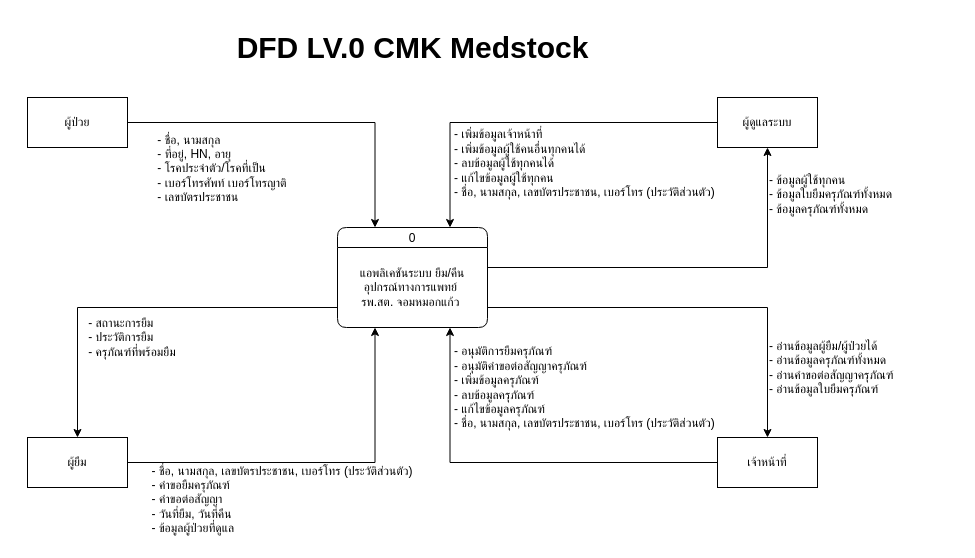
S-B-Tanayut/diagram_repo keeps this draw.io diagram as page "Page-1" (1 of 2) of cmk/New folder/DFD lv.0.drawio. Above is the earlier version. Source tidied: cells renumbered, new cells numbered last; positions are measured from the earlier drawing's top-left corner, leaving out a move shared by most shapes. Both pictures are drawn from the tidied source at 100%, with x=0, y=0 at pixel (27, 17).
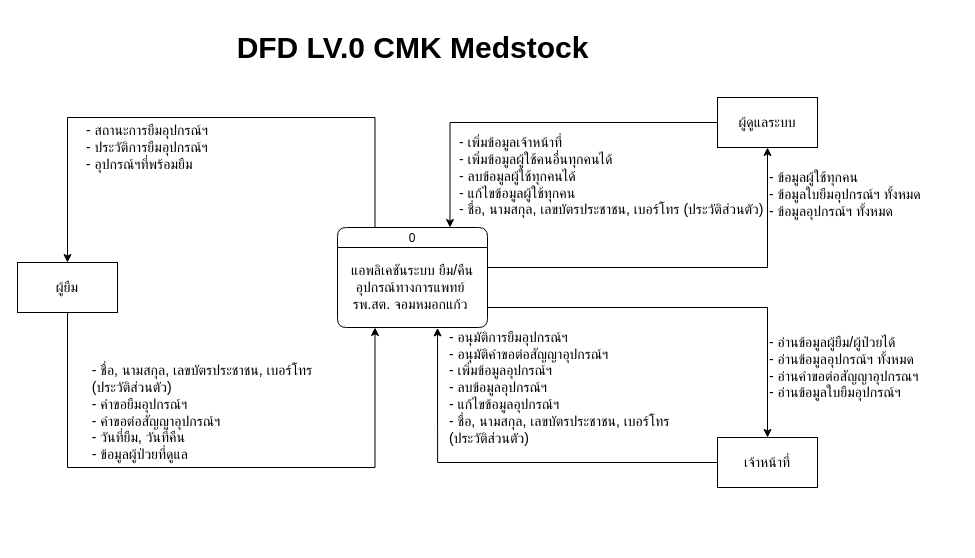
The same page after the edit.

Unchanged cells that the change refers to:
```xml
<mxCell id="2" value="0" style="swimlane;fontStyle=0;horizontal=1;startSize=20;fillColor=#ffffff;swimlaneFillColor=#ffffff;rounded=1;" parent="1" vertex="1">
  <mxGeometry x="310" y="210" width="150" height="100" as="geometry" />
</mxCell>
```

Diff of the diagram source:
```diff
@@
+    <mxCell id="23" style="edgeStyle=orthogonalEdgeStyle;rounded=0;jettySize=auto;html=1;exitX=0.25;exitY=0;exitDx=0;exitDy=0;entryX=0.5;entryY=0;entryDx=0;entryDy=0;" parent="1" edge="1" source="2" target="9">
+      <mxGeometry relative="1" as="geometry">
+        <Array as="points">
+          <mxPoint x="348" y="100" />
+          <mxPoint x="40" y="100" />
+        </Array>
+      </mxGeometry>
+    </mxCell>
@@
-    <mxCell id="3" value="แอพลิเคชันระบบ ยืม/คืน &lt;br&gt;อุปกรณ์ทางการแพทย์&amp;nbsp;&lt;div&gt;รพ.สต. จอมหมอกแก้ว&amp;nbsp;&lt;/div&gt;" style="text;html=1;align=center;verticalAlign=middle;whiteSpace=wrap;rounded=0;" parent="2" vertex="1">
+    <mxCell id="3" value="&lt;font style=&quot;font-size: 14px;&quot;&gt;แอพลิเคชันระบบ ยืม/คืน &lt;br&gt;อุปกรณ์ทางการแพทย์&amp;nbsp;&lt;/font&gt;&lt;div style=&quot;font-size: 14px;&quot;&gt;&lt;font style=&quot;font-size: 14px;&quot;&gt;รพ.สต. จอมหมอกแก้ว&amp;nbsp;&lt;/font&gt;&lt;/div&gt;" style="text;html=1;align=center;verticalAlign=middle;whiteSpace=wrap;rounded=0;" parent="2" vertex="1">
       <mxGeometry y="20" width="150" height="80" as="geometry" />
     </mxCell>
-    <mxCell id="4" style="edgeStyle=orthogonalEdgeStyle;rounded=0;jettySize=auto;html=1;exitX=1;exitY=0.5;exitDx=0;exitDy=0;entryX=0.25;entryY=0;entryDx=0;entryDy=0;" parent="1" edge="1" source="5" target="2">
-      <mxGeometry relative="1" as="geometry" />
-    </mxCell>
-    <mxCell id="5" value="ผู้ป่วย" style="html=1;dashed=0;whiteSpace=wrap;" parent="1" vertex="1">
-      <mxGeometry y="80" width="100" height="50" as="geometry" />
-    </mxCell>
@@
-    <mxCell id="7" value="ผู้ดูแลระบบ" style="html=1;dashed=0;whiteSpace=wrap;" parent="1" vertex="1">
+    <mxCell id="7" value="&lt;font style=&quot;font-size: 14px;&quot;&gt;ผู้ดูแลระบบ&lt;/font&gt;" style="html=1;dashed=0;whiteSpace=wrap;" parent="1" vertex="1">
       <mxGeometry x="690" y="80" width="100" height="50" as="geometry" />
     </mxCell>
-    <mxCell id="8" style="edgeStyle=orthogonalEdgeStyle;rounded=0;jettySize=auto;html=1;exitX=1;exitY=0.5;exitDx=0;exitDy=0;entryX=0.25;entryY=1;entryDx=0;entryDy=0;" parent="1" edge="1" source="9" target="3">
-      <mxGeometry relative="1" as="geometry" />
+    <mxCell id="8" style="edgeStyle=orthogonalEdgeStyle;rounded=0;jettySize=auto;html=1;exitX=0.5;exitY=1;exitDx=0;exitDy=0;entryX=0.25;entryY=1;entryDx=0;entryDy=0;" parent="1" edge="1" source="9" target="3">
+      <mxGeometry relative="1" as="geometry">
+        <Array as="points">
+          <mxPoint x="40" y="450" />
+          <mxPoint x="347" y="450" />
+        </Array>
+      </mxGeometry>
     </mxCell>
-    <mxCell id="9" value="ผู้ยืม" style="html=1;dashed=0;whiteSpace=wrap;" parent="1" vertex="1">
-      <mxGeometry y="420" width="100" height="50" as="geometry" />
+    <mxCell id="9" value="&lt;font style=&quot;font-size: 14px;&quot;&gt;ผู้ยืม&lt;/font&gt;" style="html=1;dashed=0;whiteSpace=wrap;" parent="1" vertex="1">
+      <mxGeometry x="-10" y="245" width="100" height="50" as="geometry" />
     </mxCell>
-    <mxCell id="10" style="edgeStyle=orthogonalEdgeStyle;rounded=0;jettySize=auto;html=1;exitX=0;exitY=0.5;exitDx=0;exitDy=0;entryX=0.75;entryY=1;entryDx=0;entryDy=0;" parent="1" edge="1" source="11" target="3">
+    <mxCell id="10" style="edgeStyle=orthogonalEdgeStyle;rounded=0;jettySize=auto;html=1;exitX=0;exitY=0.5;exitDx=0;exitDy=0;entryX=0.667;entryY=1.005;entryDx=0;entryDy=0;entryPerimeter=0;" parent="1" edge="1" source="11" target="3">
       <mxGeometry relative="1" as="geometry" />
     </mxCell>
-    <mxCell id="11" value="เจ้าหน้าที่" style="html=1;dashed=0;whiteSpace=wrap;" parent="1" vertex="1">
+    <mxCell id="11" value="&lt;font style=&quot;font-size: 14px;&quot;&gt;เจ้าหน้าที่&lt;/font&gt;" style="html=1;dashed=0;whiteSpace=wrap;" parent="1" vertex="1">
       <mxGeometry x="690" y="420" width="100" height="50" as="geometry" />
     </mxCell>
-    <mxCell id="12" style="edgeStyle=orthogonalEdgeStyle;rounded=0;jettySize=auto;html=1;exitX=0;exitY=0.75;exitDx=0;exitDy=0;" parent="1" edge="1" source="3" target="9">
-      <mxGeometry relative="1" as="geometry" />
-    </mxCell>
@@
-    <mxCell id="15" value="&lt;div style=&quot;text-align: left;&quot;&gt;&lt;span style=&quot;background-color: initial;&quot;&gt;- ชื่อ, นามสกุล&lt;/span&gt;&lt;/div&gt;&lt;div style=&quot;text-align: left;&quot;&gt;- ที่อยู่, HN, อายุ&lt;/div&gt;&lt;div style=&quot;text-align: left;&quot;&gt;&lt;span style=&quot;background-color: initial;&quot;&gt;- โรคประจำตัว/โรคที่เป็น&amp;nbsp;&lt;/span&gt;&lt;br&gt;&lt;/div&gt;&lt;div style=&quot;text-align: left;&quot;&gt;- เบอร์โทรศัพท์ เบอร์โทรญาติ&lt;span style=&quot;background-color: initial;&quot;&gt;&lt;br&gt;&lt;/span&gt;&lt;/div&gt;&lt;div style=&quot;text-align: left;&quot;&gt;- เลขบัตรประชาชน&amp;nbsp;&lt;br&gt;&lt;/div&gt;" style="text;html=1;align=center;verticalAlign=middle;whiteSpace=wrap;rounded=0;" parent="1" vertex="1">
-      <mxGeometry x="110" y="106" width="170" height="90" as="geometry" />
-    </mxCell>
-    <mxCell id="16" value="&lt;span style=&quot;background-color: initial;&quot;&gt;- เพิ่มข้อมูลเจ้าหน้าที่&lt;/span&gt;&lt;br&gt;&lt;span style=&quot;background-color: initial;&quot;&gt;- เพิ่มข้อมูลผู้ใช้คนอื่นทุกคนได้&lt;/span&gt;&lt;br&gt;&lt;span style=&quot;background-color: initial;&quot;&gt;- ลบข้อมูลผู้ใช้ทุกคนได้&lt;/span&gt;&lt;br&gt;&lt;span style=&quot;background-color: initial;&quot;&gt;- แก้ไขข้อมูลผู้ใช้ทุกคน&lt;/span&gt;&lt;div&gt;&lt;span style=&quot;background-color: initial;&quot;&gt;-&amp;nbsp;&lt;/span&gt;&lt;span style=&quot;background-color: initial;&quot;&gt;ชื่อ, นามสกุล, เลขบัตรประชาชน, เบอร์โทร (ประวัติส่วนตัว)&lt;/span&gt;&lt;/div&gt;&lt;div&gt;&lt;span style=&quot;background-color: initial;&quot;&gt;&lt;br&gt;&lt;/span&gt;&lt;/div&gt;" style="text;html=1;align=left;verticalAlign=middle;whiteSpace=wrap;rounded=0;" parent="1" vertex="1">
-      <mxGeometry x="425" y="110" width="310" height="86" as="geometry" />
+    <mxCell id="16" value="&lt;font style=&quot;font-size: 14px;&quot;&gt;&lt;span style=&quot;background-color: initial;&quot;&gt;- เพิ่มข้อมูลเจ้าหน้าที่&lt;/span&gt;&lt;br&gt;&lt;span style=&quot;background-color: initial;&quot;&gt;- เพิ่มข้อมูลผู้ใช้คนอื่นทุกคนได้&lt;/span&gt;&lt;br&gt;&lt;span style=&quot;background-color: initial;&quot;&gt;- ลบข้อมูลผู้ใช้ทุกคนได้&lt;/span&gt;&lt;br&gt;&lt;span style=&quot;background-color: initial;&quot;&gt;- แก้ไขข้อมูลผู้ใช้ทุกคน&lt;/span&gt;&lt;/font&gt;&lt;div style=&quot;font-size: 14px;&quot;&gt;&lt;font style=&quot;font-size: 14px;&quot;&gt;&lt;span style=&quot;background-color: initial;&quot;&gt;-&amp;nbsp;&lt;/span&gt;&lt;span style=&quot;background-color: initial;&quot;&gt;ชื่อ, นามสกุล, เลขบัตรประชาชน, เบอร์โทร (ประวัติส่วนตัว)&lt;/span&gt;&lt;/font&gt;&lt;/div&gt;&lt;div style=&quot;font-size: 14px;&quot;&gt;&lt;span style=&quot;background-color: initial;&quot;&gt;&lt;br&gt;&lt;/span&gt;&lt;/div&gt;" style="text;html=1;align=left;verticalAlign=middle;whiteSpace=wrap;rounded=0;" parent="1" vertex="1">
+      <mxGeometry x="430" y="124" width="310" height="86" as="geometry" />
     </mxCell>
-    <mxCell id="17" value="&lt;div style=&quot;text-align: left;&quot;&gt;&lt;span style=&quot;background-color: initial;&quot;&gt;- สถานะการยืม&lt;/span&gt;&lt;/div&gt;&lt;div style=&quot;text-align: left;&quot;&gt;- ประวัติการยืม&lt;br&gt;&lt;/div&gt;&lt;div style=&quot;text-align: left;&quot;&gt;- ครุภัณฑ์ที่พร้อมยืม&lt;br&gt;&lt;/div&gt;" style="text;html=1;align=center;verticalAlign=middle;whiteSpace=wrap;rounded=0;" parent="1" vertex="1">
-      <mxGeometry x="50" y="300" width="110" height="40" as="geometry" />
+    <mxCell id="17" value="&lt;div style=&quot;text-align: left; font-size: 14px;&quot;&gt;&lt;font style=&quot;font-size: 14px;&quot;&gt;&lt;span style=&quot;background-color: initial;&quot;&gt;- สถานะการยืม&lt;/span&gt;&lt;span style=&quot;background-color: initial;&quot;&gt;อุปกรณ์ฯ&lt;/span&gt;&lt;/font&gt;&lt;/div&gt;&lt;div style=&quot;text-align: left; font-size: 14px;&quot;&gt;&lt;font style=&quot;font-size: 14px;&quot;&gt;- ประวัติการยืม&lt;span style=&quot;background-color: initial;&quot;&gt;อุปกรณ์ฯ&lt;/span&gt;&lt;br&gt;&lt;/font&gt;&lt;/div&gt;&lt;div style=&quot;text-align: left; font-size: 14px;&quot;&gt;&lt;font style=&quot;font-size: 14px;&quot;&gt;- อุปกรณ์ฯที่พร้อมยืม&lt;/font&gt;&lt;br&gt;&lt;/div&gt;" style="text;html=1;align=center;verticalAlign=middle;whiteSpace=wrap;rounded=0;" parent="1" vertex="1">
+      <mxGeometry x="40" y="110" width="160" height="40" as="geometry" />
     </mxCell>
-    <mxCell id="18" value="&lt;div style=&quot;text-align: left;&quot;&gt;&lt;span style=&quot;background-color: initial;&quot;&gt;- ชื่อ, นามสกุล, เลขบัตรประชาชน, เบอร์โทร (ประวัติส่วนตัว)&lt;/span&gt;&lt;/div&gt;&lt;div style=&quot;text-align: left;&quot;&gt;- คำขอยืมครุภัณฑ์&lt;br&gt;&lt;/div&gt;&lt;div style=&quot;text-align: left;&quot;&gt;- คำขอต่อสัญญา&lt;br&gt;&lt;/div&gt;&lt;div style=&quot;text-align: left;&quot;&gt;- วันที่ยืม, วันที่คืน&lt;br&gt;&lt;/div&gt;&lt;div style=&quot;text-align: left;&quot;&gt;- ข้อมูลผู้ป่วยที่ดูแล&lt;br&gt;&lt;/div&gt;" style="text;html=1;align=center;verticalAlign=middle;whiteSpace=wrap;rounded=0;" parent="1" vertex="1">
-      <mxGeometry x="100" y="440" width="310" height="84" as="geometry" />
+    <mxCell id="18" value="&lt;div style=&quot;text-align: left; font-size: 14px;&quot;&gt;&lt;span style=&quot;background-color: initial;&quot;&gt;&lt;font style=&quot;font-size: 14px;&quot;&gt;- ชื่อ, นามสกุล, เลขบัตรประชาชน, เบอร์โทร &lt;br&gt;(ประวัติส่วนตัว)&lt;/font&gt;&lt;/span&gt;&lt;/div&gt;&lt;div style=&quot;text-align: left; font-size: 14px;&quot;&gt;&lt;font style=&quot;font-size: 14px;&quot;&gt;- คำขอยืม&lt;span style=&quot;background-color: initial;&quot;&gt;อุปกรณ์ฯ&lt;/span&gt;&lt;br&gt;&lt;/font&gt;&lt;/div&gt;&lt;div style=&quot;text-align: left; font-size: 14px;&quot;&gt;&lt;font style=&quot;font-size: 14px;&quot;&gt;- คำขอต่อสัญญา&lt;span style=&quot;background-color: initial;&quot;&gt;อุปกรณ์ฯ&lt;/span&gt;&lt;br&gt;&lt;/font&gt;&lt;/div&gt;&lt;div style=&quot;text-align: left; font-size: 14px;&quot;&gt;&lt;font style=&quot;font-size: 14px;&quot;&gt;- วันที่ยืม, วันที่คืน&lt;br&gt;&lt;/font&gt;&lt;/div&gt;&lt;div style=&quot;text-align: left; font-size: 14px;&quot;&gt;&lt;font style=&quot;font-size: 14px;&quot;&gt;- ข้อมูลผู้ป่วยที่ดูแล&lt;/font&gt;&lt;/div&gt;" style="text;html=1;align=center;verticalAlign=middle;whiteSpace=wrap;rounded=0;" parent="1" vertex="1">
+      <mxGeometry x="20" y="350" width="310" height="90" as="geometry" />
     </mxCell>
-    <mxCell id="19" value="- ข้อมูลผู้ใช้ทุกคน&lt;div&gt;- ข้อมูลใบยืมครุภัณฑ์ทั้งหมด&lt;/div&gt;&lt;div style=&quot;&quot;&gt;- ข้อมูลครุภัณฑ์ทั้งหมด&lt;/div&gt;" style="text;html=1;align=left;verticalAlign=middle;whiteSpace=wrap;rounded=0;" parent="1" vertex="1">
-      <mxGeometry x="740" y="150" width="150" height="54" as="geometry" />
+    <mxCell id="19" value="&lt;font style=&quot;font-size: 14px;&quot;&gt;- ข้อมูลผู้ใช้ทุกคน&lt;/font&gt;&lt;div style=&quot;font-size: 14px;&quot;&gt;&lt;font style=&quot;font-size: 14px;&quot;&gt;- ข้อมูลใบยืมอุปกรณ์ฯ ทั้งหมด&lt;/font&gt;&lt;/div&gt;&lt;div style=&quot;font-size: 14px;&quot;&gt;&lt;font style=&quot;font-size: 14px;&quot;&gt;- ข้อมูลอุปกรณ์ฯ ทั้งหมด&lt;/font&gt;&lt;/div&gt;" style="text;html=1;align=left;verticalAlign=middle;whiteSpace=wrap;rounded=0;" parent="1" vertex="1">
+      <mxGeometry x="740" y="150" width="190" height="54" as="geometry" />
     </mxCell>
-    <mxCell id="20" value="- อ่านข้อมูลผู้ยืม/ผู้ป่วยได้&lt;div&gt;- อ่านข้อมูลครุภัณฑ์ทั้งหมด&lt;/div&gt;&lt;div&gt;- อ่านคำขอต่อสัญญาครุภัณฑ์&lt;/div&gt;&lt;div&gt;- อ่านข้อมูลใบยืมครุภัณฑ์&lt;/div&gt;" style="text;html=1;align=left;verticalAlign=middle;whiteSpace=wrap;rounded=0;" parent="1" vertex="1">
-      <mxGeometry x="740" y="320" width="160" height="60" as="geometry" />
+    <mxCell id="20" value="&lt;font style=&quot;font-size: 14px;&quot;&gt;- อ่านข้อมูลผู้ยืม/ผู้ป่วยได้&lt;/font&gt;&lt;div style=&quot;font-size: 14px;&quot;&gt;&lt;font style=&quot;font-size: 14px;&quot;&gt;- อ่านข้อมูลอุปกรณ์ฯ ทั้งหมด&lt;/font&gt;&lt;/div&gt;&lt;div style=&quot;font-size: 14px;&quot;&gt;&lt;font style=&quot;font-size: 14px;&quot;&gt;- อ่านคำขอต่อสัญญาอุปกรณฯ&lt;/font&gt;&lt;/div&gt;&lt;div style=&quot;font-size: 14px;&quot;&gt;&lt;span style=&quot;background-color: initial;&quot;&gt;&lt;font style=&quot;font-size: 14px;&quot;&gt;- อ่านข้อมูลใบยืมอุปกรณ์ฯ&lt;/font&gt;&lt;/span&gt;&lt;/div&gt;" style="text;html=1;align=left;verticalAlign=middle;whiteSpace=wrap;rounded=0;" parent="1" vertex="1">
+      <mxGeometry x="740" y="320" width="190" height="60" as="geometry" />
     </mxCell>
-    <mxCell id="21" value="- อนุมัติการยืมครุภัณฑ์&lt;div&gt;- อนุมัติคำขอต่อสัญญาครุภัณฑ์&lt;/div&gt;&lt;div&gt;- เพิ่มข้อมูลครุภัณฑ์&lt;/div&gt;&lt;div&gt;- ลบข้อมูลครุภัณฑ์&lt;/div&gt;&lt;div&gt;- แก้ไขข้อมูลครุภัณฑ์&lt;/div&gt;&lt;div&gt;&lt;span style=&quot;background-color: initial;&quot;&gt;-&amp;nbsp;&lt;/span&gt;&lt;span style=&quot;background-color: initial;&quot;&gt;ชื่อ, นามสกุล, เลขบัตรประชาชน, เบอร์โทร (ประวัติส่วนตัว)&lt;/span&gt;&lt;br&gt;&lt;/div&gt;" style="text;html=1;align=left;verticalAlign=middle;whiteSpace=wrap;rounded=0;" parent="1" vertex="1">
-      <mxGeometry x="425" y="320" width="300" height="100" as="geometry" />
+    <mxCell id="21" value="&lt;font style=&quot;font-size: 14px;&quot;&gt;- อนุมัติการยืมอุปกรณ์ฯ&lt;/font&gt;&lt;div style=&quot;font-size: 14px;&quot;&gt;&lt;font style=&quot;font-size: 14px;&quot;&gt;- อนุมัติคำขอต่อสัญญาอุปกรณ์ฯ&lt;/font&gt;&lt;/div&gt;&lt;div style=&quot;font-size: 14px;&quot;&gt;&lt;font style=&quot;font-size: 14px;&quot;&gt;- เพิ่มข้อมูล&lt;span style=&quot;background-color: initial;&quot;&gt;อุปกรณ์ฯ&lt;/span&gt;&lt;/font&gt;&lt;/div&gt;&lt;div style=&quot;font-size: 14px;&quot;&gt;&lt;font style=&quot;font-size: 14px;&quot;&gt;- ลบข้อมูล&lt;span style=&quot;background-color: initial;&quot;&gt;อุปกรณ์ฯ&lt;/span&gt;&lt;/font&gt;&lt;/div&gt;&lt;div style=&quot;font-size: 14px;&quot;&gt;&lt;font style=&quot;font-size: 14px;&quot;&gt;- แก้ไขข้อมูล&lt;span style=&quot;background-color: initial;&quot;&gt;อุปกรณ์ฯ&lt;/span&gt;&lt;/font&gt;&lt;/div&gt;&lt;div style=&quot;font-size: 14px;&quot;&gt;&lt;font style=&quot;font-size: 14px;&quot;&gt;&lt;span style=&quot;background-color: initial;&quot;&gt;-&amp;nbsp;&lt;/span&gt;&lt;span style=&quot;background-color: initial;&quot;&gt;ชื่อ, นามสกุล, เลขบัตรประชาชน, เบอร์โทร &lt;br&gt;(ประวัติส่วนตัว)&lt;/span&gt;&lt;/font&gt;&lt;br&gt;&lt;/div&gt;" style="text;html=1;align=left;verticalAlign=middle;whiteSpace=wrap;rounded=0;" parent="1" vertex="1">
+      <mxGeometry x="420" y="320" width="300" height="100" as="geometry" />
     </mxCell>
```
